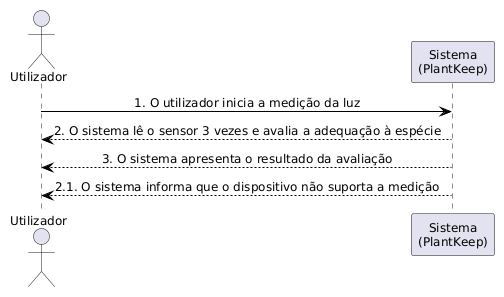
This is .docs/diagramas/SSDs/uc08.png from compaqle/DSSMV_ProjectDroid_1251486_1251506, a PlantUML export, as it was before one commit.
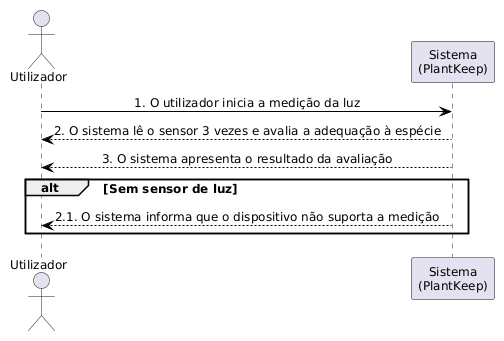
The same diagram one commit later.

Diff of the diagram source:
```diff
@@ -8,5 +8,7 @@
 u -> s : 1. O utilizador inicia a medição da luz
 s --> u : 2. O sistema lê o sensor 3 vezes e avalia a adequação à espécie
 s --> u : 3. O sistema apresenta o resultado da avaliação
-s --> u : 2.1. O sistema informa que o dispositivo não suporta a medição
+alt Sem sensor de luz
+    s --> u : 2.1. O sistema informa que o dispositivo não suporta a medição
+end
 @enduml
```
